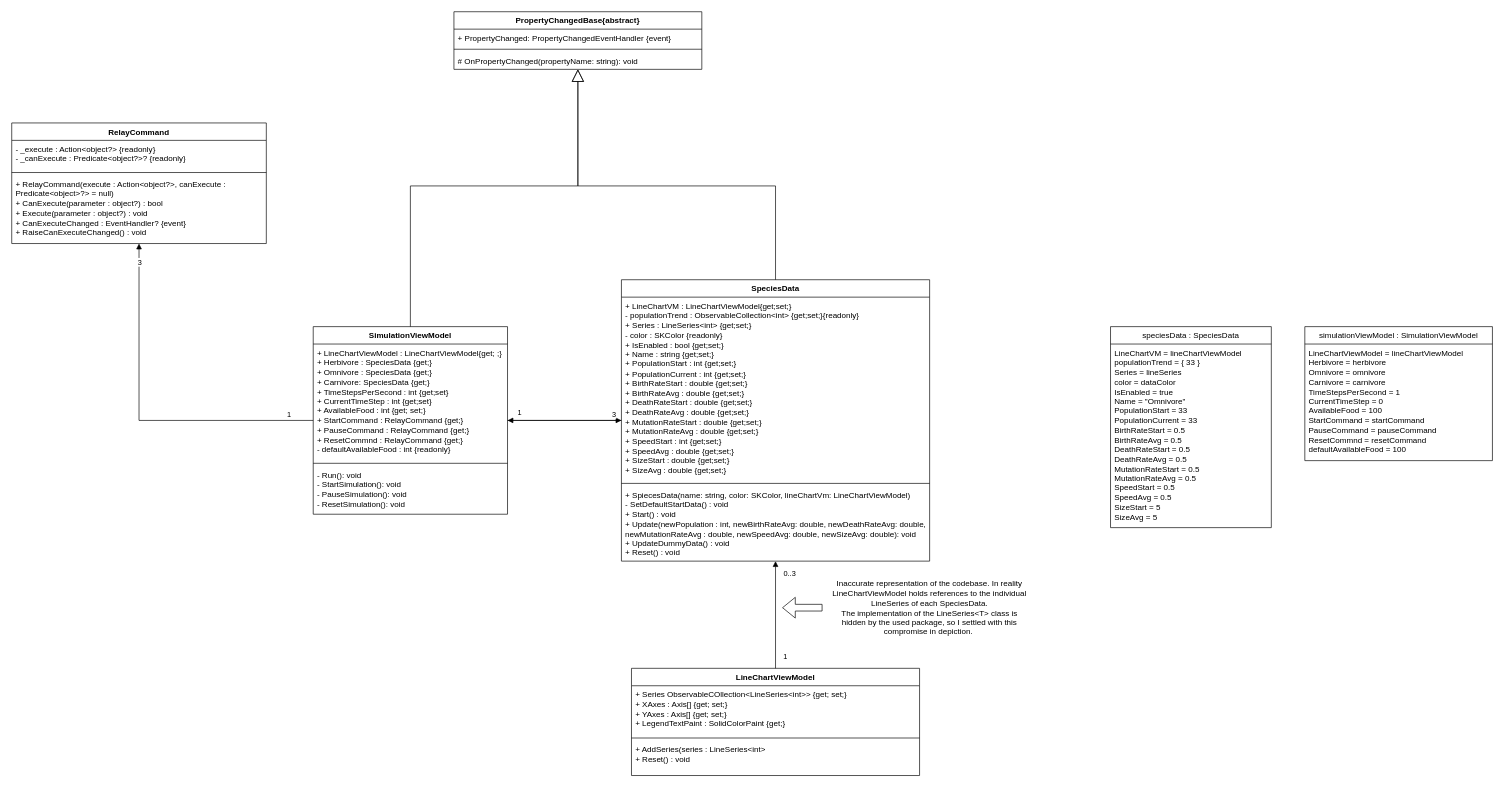
Earlier version of the draw.io diagram docs/diagrams/Natural Selection Sim Class Diagram MVP.drawio (Arv1u/natural-selection-sim). Source tidied: cells renumbered, new cells numbered last; positions are measured from the earlier drawing's top-left corner, leaving out a move shared by most shapes. Both pictures are drawn from the tidied source at 67%, with x=0, y=0 at pixel (11, 11).
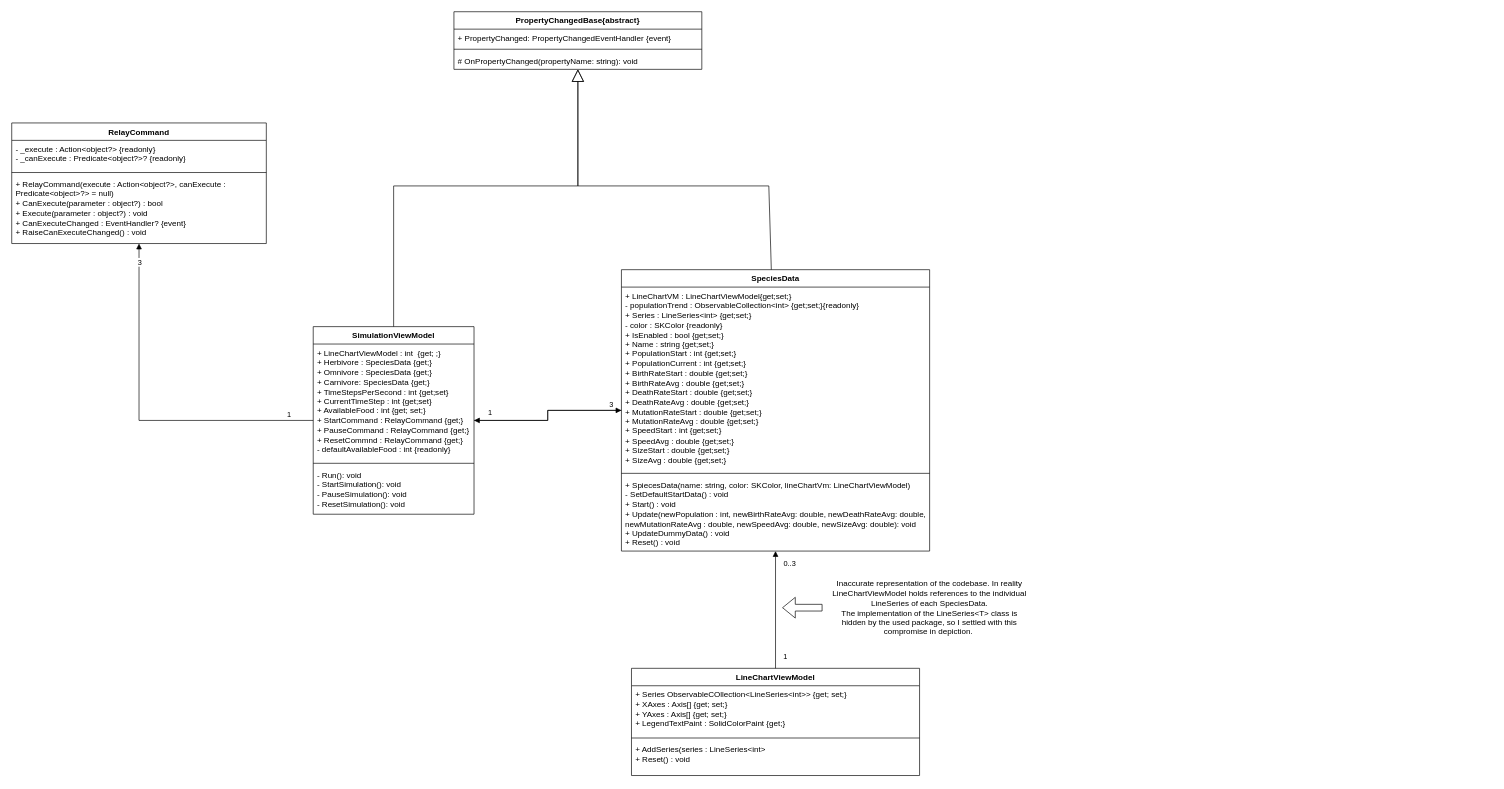
The same page after the edit.

Unchanged cells that the change refers to:
```xml
<mxCell id="6" value="PropertyChangedBase{abstract}" style="swimlane;fontStyle=1;align=center;verticalAlign=top;horizontal=1;startSize=26;whiteSpace=wrap;html=1;" parent="1" vertex="1">
  <mxGeometry x="660" width="370" height="86" as="geometry" />
</mxCell>
```

Diff of the diagram source:
```diff
@@
     <mxCell id="2" value="SimulationViewModel" style="swimlane;fontStyle=1;align=center;verticalAlign=top;horizontal=1;startSize=26;whiteSpace=wrap;html=1;" parent="1" vertex="1">
-      <mxGeometry x="450" y="470" width="290" height="280" as="geometry" />
+      <mxGeometry x="450" y="470" width="240" height="280" as="geometry" />
     </mxCell>
-    <mxCell id="3" value="+ LineChartViewModel : LineChartViewModel{get; ;}&lt;div&gt;+ Herbivore : SpeciesData {get;}&lt;/div&gt;&lt;div&gt;+ Omnivore : SpeciesData {get;}&lt;/div&gt;&lt;div&gt;+ Carnivore: SpeciesData {get;}&lt;/div&gt;&lt;div&gt;&lt;span style=&quot;background-color: transparent; color: light-dark(rgb(0, 0, 0), rgb(255, 255, 255));&quot;&gt;+ TimeStepsPerSecond : int {get;set}&lt;/span&gt;&lt;/div&gt;&lt;div&gt;&lt;span style=&quot;background-color: transparent; color: light-dark(rgb(0, 0, 0), rgb(255, 255, 255));&quot;&gt;+ CurrentTimeStep : int {get;set}&lt;/span&gt;&lt;/div&gt;&lt;div&gt;+ AvailableFood : int {get; set;}&lt;span style=&quot;background-color: transparent; color: light-dark(rgb(0, 0, 0), rgb(255, 255, 255));&quot;&gt;&lt;/span&gt;&lt;/div&gt;&lt;div&gt;&lt;span style=&quot;background-color: transparent; color: light-dark(rgb(0, 0, 0), rgb(255, 255, 255));&quot;&gt;+ StartCommand : RelayCommand {get;}&lt;/span&gt;&lt;/div&gt;&lt;div&gt;&lt;span style=&quot;background-color: transparent; color: light-dark(rgb(0, 0, 0), rgb(255, 255, 255));&quot;&gt;+ PauseCommand : RelayCommand {get;}&lt;/span&gt;&lt;/div&gt;&lt;div&gt;&lt;span style=&quot;background-color: transparent; color: light-dark(rgb(0, 0, 0), rgb(255, 255, 255));&quot;&gt;+ ResetCommnd : RelayCommand {get;}&lt;/span&gt;&lt;/div&gt;&lt;div&gt;&lt;span style=&quot;background-color: transparent; color: light-dark(rgb(0, 0, 0), rgb(255, 255, 255));&quot;&gt;- defaultAvailableFood : int {readonly}&lt;/span&gt;&lt;/div&gt;" style="text;strokeColor=none;fillColor=none;align=left;verticalAlign=top;spacingLeft=4;spacingRight=4;overflow=hidden;whiteSpace=wrap;html=1;" parent="2" vertex="1">
-      <mxGeometry y="26" width="290" height="174" as="geometry" />
+    <mxCell id="3" value="+ LineChartViewModel : int&amp;nbsp; {get; ;}&lt;div&gt;+ Herbivore : SpeciesData {get;}&lt;/div&gt;&lt;div&gt;+ Omnivore : SpeciesData {get;}&lt;/div&gt;&lt;div&gt;+ Carnivore: SpeciesData {get;}&lt;/div&gt;&lt;div&gt;&lt;span style=&quot;background-color: transparent; color: light-dark(rgb(0, 0, 0), rgb(255, 255, 255));&quot;&gt;+ TimeStepsPerSecond : int {get;set}&lt;/span&gt;&lt;/div&gt;&lt;div&gt;&lt;span style=&quot;background-color: transparent; color: light-dark(rgb(0, 0, 0), rgb(255, 255, 255));&quot;&gt;+ CurrentTimeStep : int {get;set}&lt;/span&gt;&lt;/div&gt;&lt;div&gt;+ AvailableFood : int {get; set;}&lt;span style=&quot;background-color: transparent; color: light-dark(rgb(0, 0, 0), rgb(255, 255, 255));&quot;&gt;&lt;/span&gt;&lt;/div&gt;&lt;div&gt;&lt;span style=&quot;background-color: transparent; color: light-dark(rgb(0, 0, 0), rgb(255, 255, 255));&quot;&gt;+ StartCommand : RelayCommand {get;}&lt;/span&gt;&lt;/div&gt;&lt;div&gt;&lt;span style=&quot;background-color: transparent; color: light-dark(rgb(0, 0, 0), rgb(255, 255, 255));&quot;&gt;+ PauseCommand : RelayCommand {get;}&lt;/span&gt;&lt;/div&gt;&lt;div&gt;&lt;span style=&quot;background-color: transparent; color: light-dark(rgb(0, 0, 0), rgb(255, 255, 255));&quot;&gt;+ ResetCommnd : RelayCommand {get;}&lt;/span&gt;&lt;/div&gt;&lt;div&gt;&lt;span style=&quot;background-color: transparent; color: light-dark(rgb(0, 0, 0), rgb(255, 255, 255));&quot;&gt;- defaultAvailableFood : int {readonly}&lt;/span&gt;&lt;/div&gt;" style="text;strokeColor=none;fillColor=none;align=left;verticalAlign=top;spacingLeft=4;spacingRight=4;overflow=hidden;whiteSpace=wrap;html=1;" parent="2" vertex="1">
+      <mxGeometry y="26" width="240" height="174" as="geometry" />
     </mxCell>
     <mxCell id="4" style="line;strokeWidth=1;fillColor=none;align=left;verticalAlign=middle;spacingTop=-1;spacingLeft=3;spacingRight=3;labelPosition=right;strokeColor=inherit;" parent="2" vertex="1">
-      <mxGeometry y="200" width="290" height="8" as="geometry" />
+      <mxGeometry y="200" width="240" height="8" as="geometry" />
     </mxCell>
     <mxCell id="5" value="- Run(): void&lt;div&gt;- StartSimulation(): void&lt;/div&gt;&lt;div&gt;- PauseSimulation(): void&lt;/div&gt;&lt;div&gt;- ResetSimulation(): void&lt;/div&gt;" style="text;strokeColor=none;fillColor=none;align=left;verticalAlign=top;spacingLeft=4;spacingRight=4;overflow=hidden;whiteSpace=wrap;html=1;" parent="2" vertex="1">
-      <mxGeometry y="208" width="290" height="72" as="geometry" />
+      <mxGeometry y="208" width="240" height="72" as="geometry" />
     </mxCell>
@@
     <mxCell id="10" value="SpeciesData" style="swimlane;fontStyle=1;align=center;verticalAlign=top;horizontal=1;startSize=26;whiteSpace=wrap;html=1;" parent="1" vertex="1">
-      <mxGeometry x="910" y="400" width="460" height="420" as="geometry" />
+      <mxGeometry x="910" y="385" width="460" height="420" as="geometry" />
     </mxCell>
@@
     <mxCell id="27" style="endArrow=block;endSize=16;endFill=0;html=1;rounded=0;" parent="1" edge="1" source="2" target="6">
       <mxGeometry relative="1" as="geometry">
         <Array as="points">
-          <mxPoint x="595" y="260" />
+          <mxPoint x="570" y="260" />
           <mxPoint x="845" y="260" />
         </Array>
       </mxGeometry>
     </mxCell>
     <mxCell id="28" style="endArrow=block;endSize=16;endFill=0;html=1;rounded=0;" parent="1" edge="1" source="10" target="6">
       <mxGeometry relative="1" as="geometry">
         <Array as="points">
-          <mxPoint x="1140" y="260" />
+          <mxPoint x="1130" y="260" />
           <mxPoint x="845" y="260" />
         </Array>
       </mxGeometry>
     </mxCell>
@@
-    <mxCell id="36" value="simulationViewModel : S&lt;span style=&quot;color: light-dark(rgb(0, 0, 0), rgb(255, 255, 255)); background-color: transparent;&quot;&gt;imulationViewModel&lt;/span&gt;" style="swimlane;fontStyle=0;horizontal=1;startSize=26;fillColor=none;whiteSpace=wrap;html=1;" parent="1" vertex="1">
-      <mxGeometry x="1930" y="470" width="280" height="200" as="geometry" />
-    </mxCell>
-    <mxCell id="37" value="LineChartViewModel = lineChartViewModel&lt;div&gt;Herbivore = herbivore&lt;/div&gt;&lt;div&gt;Omnivore = omnivore&lt;/div&gt;&lt;div&gt;Carnivore = carnivore&lt;/div&gt;&lt;div&gt;&lt;span style=&quot;background-color: transparent; color: light-dark(rgb(0, 0, 0), rgb(255, 255, 255));&quot;&gt;TimeStepsPerSecond = 1&lt;/span&gt;&lt;/div&gt;&lt;div&gt;&lt;span style=&quot;background-color: transparent; color: light-dark(rgb(0, 0, 0), rgb(255, 255, 255));&quot;&gt;CurrentTimeStep = 0&lt;/span&gt;&lt;/div&gt;&lt;div&gt;AvailableFood = 100&lt;span style=&quot;background-color: transparent; color: light-dark(rgb(0, 0, 0), rgb(255, 255, 255));&quot;&gt;&lt;/span&gt;&lt;/div&gt;&lt;div&gt;&lt;span style=&quot;background-color: transparent; color: light-dark(rgb(0, 0, 0), rgb(255, 255, 255));&quot;&gt;StartCommand = startCommand&lt;/span&gt;&lt;/div&gt;&lt;div&gt;&lt;span style=&quot;background-color: transparent; color: light-dark(rgb(0, 0, 0), rgb(255, 255, 255));&quot;&gt;PauseCommand = pauseCommand&lt;/span&gt;&lt;/div&gt;&lt;div&gt;&lt;span style=&quot;background-color: transparent; color: light-dark(rgb(0, 0, 0), rgb(255, 255, 255));&quot;&gt;ResetCommnd = resetCommand&lt;span style=&quot;white-space: pre;&quot;&gt;&#9;&lt;/span&gt;&lt;/span&gt;&lt;/div&gt;&lt;div&gt;&lt;span style=&quot;background-color: transparent; color: light-dark(rgb(0, 0, 0), rgb(255, 255, 255));&quot;&gt;defaultAvailableFood = 100&lt;/span&gt;&lt;/div&gt;" style="text;strokeColor=none;fillColor=none;align=left;verticalAlign=top;spacingLeft=4;spacingRight=4;overflow=hidden;whiteSpace=wrap;html=1;" parent="36" vertex="1">
-      <mxGeometry y="26" width="280" height="174" as="geometry" />
-    </mxCell>
-    <mxCell id="38" value="speciesData : SpeciesData" style="swimlane;fontStyle=0;horizontal=1;startSize=26;fillColor=none;whiteSpace=wrap;html=1;" parent="1" vertex="1">
-      <mxGeometry x="1640" y="470" width="240" height="300" as="geometry" />
-    </mxCell>
-    <mxCell id="39" value="LineChartVM = lineChartViewModel&lt;div&gt;populationTrend = { 33 }&lt;/div&gt;&lt;div&gt;Series = lineSeries&lt;/div&gt;&lt;div&gt;color = dataColor&lt;/div&gt;&lt;div&gt;IsEnabled = true&lt;/div&gt;&lt;div&gt;Name = &quot;Omnivore&quot;&lt;/div&gt;&lt;div&gt;&lt;span style=&quot;background-color: transparent; color: light-dark(rgb(0, 0, 0), rgb(255, 255, 255));&quot;&gt;PopulationStart = 33&lt;/span&gt;&lt;/div&gt;&lt;div&gt;&lt;span style=&quot;background-color: transparent; color: light-dark(rgb(0, 0, 0), rgb(255, 255, 255));&quot;&gt;PopulationCurrent = 33&lt;/span&gt;&lt;/div&gt;&lt;div&gt;&lt;span style=&quot;background-color: transparent; color: light-dark(rgb(0, 0, 0), rgb(255, 255, 255));&quot;&gt;BirthRateStart = 0.5&lt;/span&gt;&lt;/div&gt;&lt;div&gt;&lt;span style=&quot;background-color: transparent; color: light-dark(rgb(0, 0, 0), rgb(255, 255, 255));&quot;&gt;BirthRateAvg&amp;nbsp;&lt;/span&gt;&lt;span style=&quot;background-color: transparent; color: light-dark(rgb(0, 0, 0), rgb(255, 255, 255));&quot;&gt;= 0.5&lt;/span&gt;&lt;/div&gt;&lt;div&gt;&lt;span style=&quot;background-color: transparent; color: light-dark(rgb(0, 0, 0), rgb(255, 255, 255));&quot;&gt;DeathRateStart&amp;nbsp;&lt;/span&gt;&lt;span style=&quot;background-color: transparent; color: light-dark(rgb(0, 0, 0), rgb(255, 255, 255));&quot;&gt;= 0.5&lt;/span&gt;&lt;/div&gt;&lt;div&gt;&lt;span style=&quot;background-color: transparent; color: light-dark(rgb(0, 0, 0), rgb(255, 255, 255));&quot;&gt;DeathRateAvg&amp;nbsp;&lt;/span&gt;&lt;span style=&quot;background-color: transparent; color: light-dark(rgb(0, 0, 0), rgb(255, 255, 255));&quot;&gt;= 0.5&lt;/span&gt;&lt;/div&gt;&lt;div&gt;&lt;span style=&quot;background-color: transparent; color: light-dark(rgb(0, 0, 0), rgb(255, 255, 255));&quot;&gt;MutationRateStart&amp;nbsp;&lt;/span&gt;&lt;span style=&quot;background-color: transparent; color: light-dark(rgb(0, 0, 0), rgb(255, 255, 255));&quot;&gt;= 0.5&lt;/span&gt;&lt;/div&gt;&lt;div&gt;&lt;span style=&quot;background-color: transparent; color: light-dark(rgb(0, 0, 0), rgb(255, 255, 255));&quot;&gt;MutationRateAvg&amp;nbsp;&lt;/span&gt;&lt;span style=&quot;background-color: transparent; color: light-dark(rgb(0, 0, 0), rgb(255, 255, 255));&quot;&gt;= 0.5&lt;/span&gt;&lt;/div&gt;&lt;div&gt;&lt;span style=&quot;background-color: transparent; color: light-dark(rgb(0, 0, 0), rgb(255, 255, 255));&quot;&gt;SpeedStart&amp;nbsp;&lt;/span&gt;&lt;span style=&quot;background-color: transparent; color: light-dark(rgb(0, 0, 0), rgb(255, 255, 255));&quot;&gt;= 0.5&lt;/span&gt;&lt;/div&gt;&lt;div&gt;&lt;span style=&quot;background-color: transparent; color: light-dark(rgb(0, 0, 0), rgb(255, 255, 255));&quot;&gt;SpeedAvg&amp;nbsp;&lt;/span&gt;&lt;span style=&quot;background-color: transparent; color: light-dark(rgb(0, 0, 0), rgb(255, 255, 255));&quot;&gt;= 0.5&lt;/span&gt;&lt;/div&gt;&lt;div&gt;&lt;span style=&quot;background-color: transparent; color: light-dark(rgb(0, 0, 0), rgb(255, 255, 255));&quot;&gt;SizeStart = 5&lt;/span&gt;&lt;/div&gt;&lt;div&gt;SizeAvg = 5&lt;/div&gt;" style="text;strokeColor=none;fillColor=none;align=left;verticalAlign=top;spacingLeft=4;spacingRight=4;overflow=hidden;whiteSpace=wrap;html=1;" parent="38" vertex="1">
-      <mxGeometry y="26" width="240" height="274" as="geometry" />
-    </mxCell>
```
